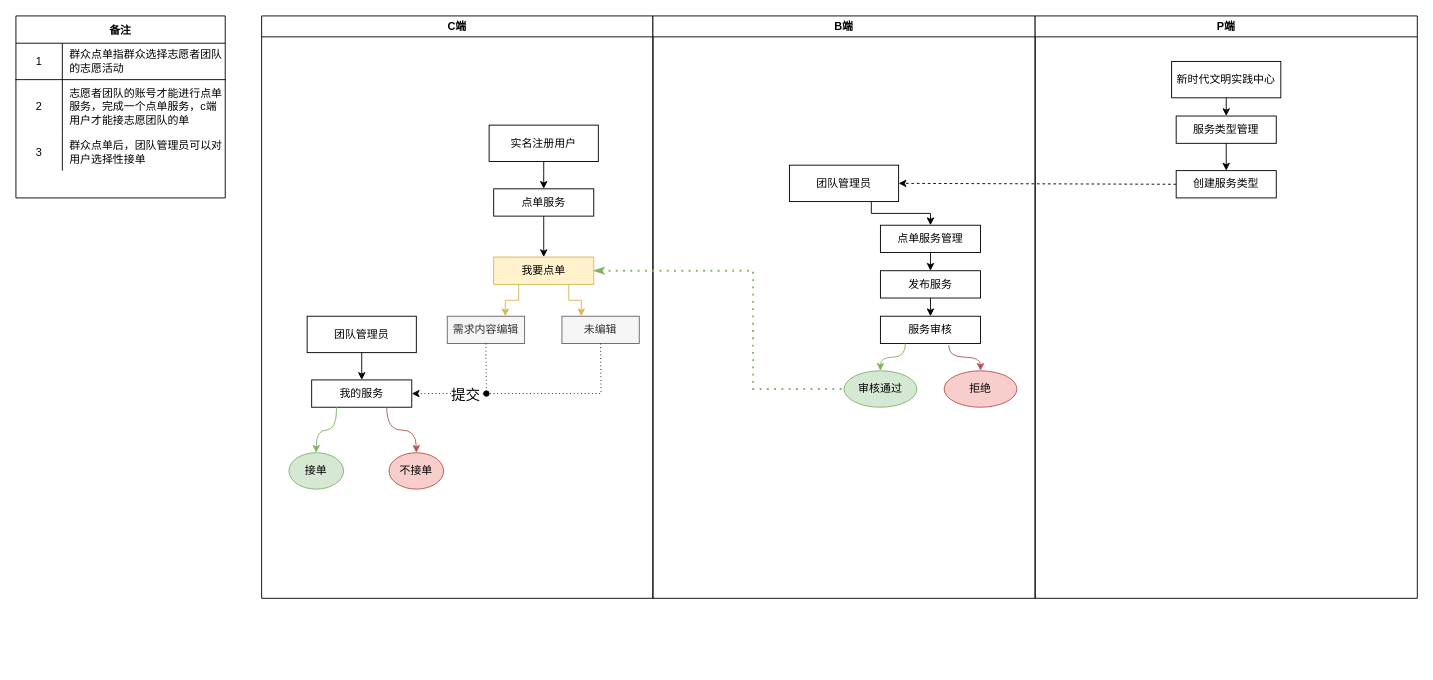
Before: 未命名绘图.drawio in KZ137onethe/hello-world, a draw.io diagram. Source tidied: cells renumbered, new cells numbered last; positions are measured from the earlier drawing's top-left corner, leaving out a move shared by most shapes. Both pictures are drawn from the tidied source at 91%, with x=0, y=0 at pixel (15, 15).
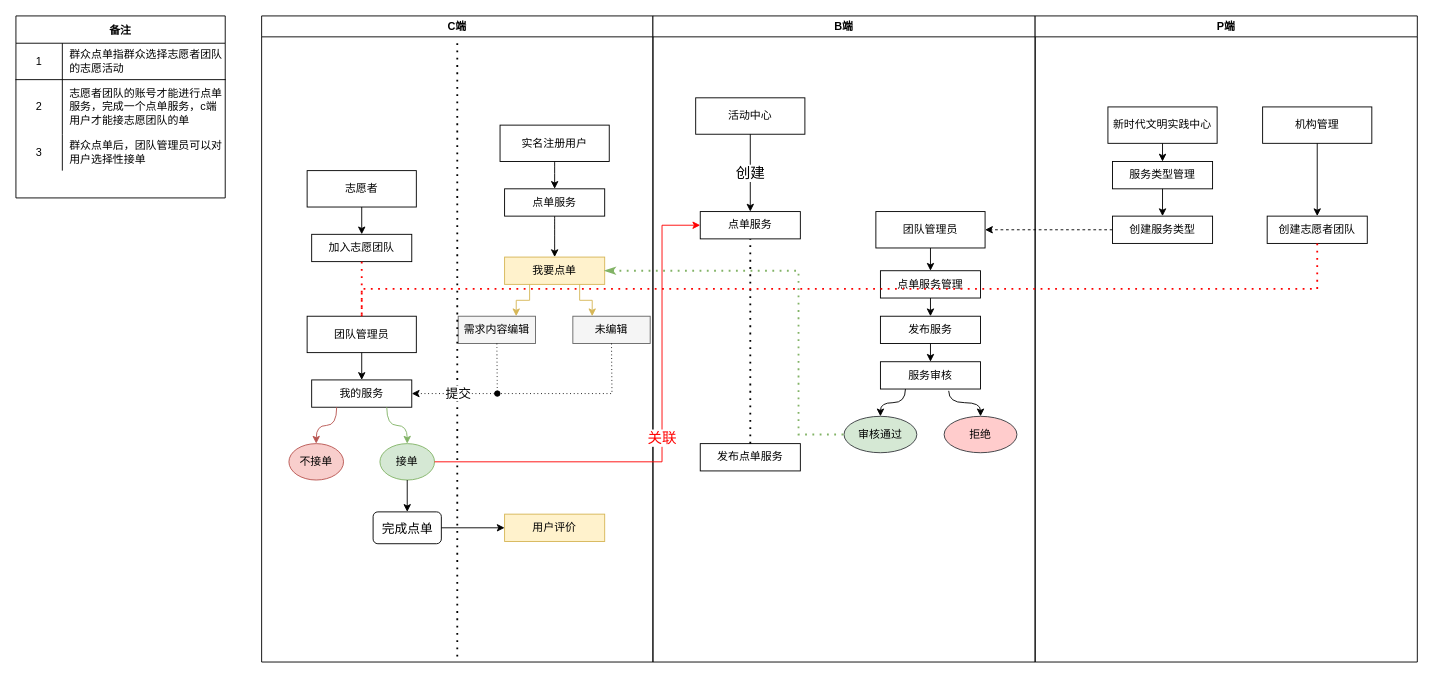
After the change.

Commit message:
未命名绘图.drawio

Unchanged cells that the change refers to:
```xml
<mxCell id="23" value="我的服务" style="rounded=0;whiteSpace=wrap;html=1;fontColor=default;strokeColor=default;fillColor=default;" parent="12" vertex="1">
  <mxGeometry x="55" y="400" width="110" height="30" as="geometry" />
</mxCell>
```

The edit, as a diff of the source:
```diff
@@
     <mxCell id="12" value="C端" style="swimlane;fontColor=default;strokeColor=default;fillColor=default;" parent="1" vertex="1">
-      <mxGeometry x="270" width="430" height="640" as="geometry" />
+      <mxGeometry x="270" width="430" height="710" as="geometry" />
     </mxCell>
     <mxCell id="13" value="我要点单" style="rounded=0;whiteSpace=wrap;html=1;strokeColor=#d6b656;fillColor=#fff2cc;fontColor=default;" parent="12" vertex="1">
-      <mxGeometry x="255" y="265" width="110" height="30" as="geometry" />
+      <mxGeometry x="267" y="265" width="110" height="30" as="geometry" />
     </mxCell>
     <mxCell id="14" value="实名注册用户" style="rounded=0;whiteSpace=wrap;html=1;fontColor=default;strokeColor=default;fillColor=default;" parent="12" vertex="1">
-      <mxGeometry x="250" y="120" width="120" height="40" as="geometry" />
+      <mxGeometry x="262" y="120" width="120" height="40" as="geometry" />
     </mxCell>
     <mxCell id="15" value="点单服务" style="rounded=0;whiteSpace=wrap;html=1;fontColor=default;strokeColor=default;fillColor=default;" parent="12" vertex="1">
-      <mxGeometry x="255" y="190" width="110" height="30" as="geometry" />
+      <mxGeometry x="267" y="190" width="110" height="30" as="geometry" />
     </mxCell>
@@
-    <mxCell id="17" value="需求内容编辑" style="rounded=0;whiteSpace=wrap;html=1;fontColor=#333333;strokeColor=#666666;fillColor=#f5f5f5;" parent="12" vertex="1">
-      <mxGeometry x="204" y="330" width="85" height="30" as="geometry" />
+    <mxCell id="17" value="需求内容编辑" style="rounded=0;whiteSpace=wrap;html=1;fontColor=default;strokeColor=#666666;fillColor=#f5f5f5;" parent="12" vertex="1">
+      <mxGeometry x="216" y="330" width="85" height="30" as="geometry" />
     </mxCell>
@@
-    <mxCell id="19" value="未编辑" style="rounded=0;whiteSpace=wrap;html=1;fontColor=#333333;strokeColor=#666666;fillColor=#f5f5f5;" parent="12" vertex="1">
-      <mxGeometry x="330" y="330" width="85" height="30" as="geometry" />
+    <mxCell id="19" value="未编辑" style="rounded=0;whiteSpace=wrap;html=1;fontColor=default;strokeColor=#666666;fillColor=#f5f5f5;" parent="12" vertex="1">
+      <mxGeometry x="342" y="330" width="85" height="30" as="geometry" />
     </mxCell>
@@
-    <mxCell id="22" value="团队管理员" style="rounded=0;whiteSpace=wrap;html=1;fontColor=default;strokeColor=default;fillColor=default;" parent="12" vertex="1">
+    <mxCell id="22" value="团队管理员" style="rounded=0;whiteSpace=wrap;html=1;fillColor=default;strokeColor=default;fontColor=default;" parent="12" vertex="1">
       <mxGeometry x="50" y="330" width="120" height="40" as="geometry" />
     </mxCell>
@@
     <mxCell id="24" style="endArrow=classic;dashed=1;html=1;dashPattern=1 3;strokeWidth=1;rounded=0;labelBackgroundColor=default;fontSize=14;fontColor=default;fillColor=default;elbow=vertical;exitX=0.5;exitY=1;exitDx=0;exitDy=0;strokeColor=default;startArrow=none;startFill=0;endFill=1;entryX=1;entryY=0.5;entryDx=0;entryDy=0;" parent="12" edge="1" source="19" target="23">
       <mxGeometry relative="1" as="geometry">
         <Array as="points">
-          <mxPoint x="373" y="415" />
+          <mxPoint x="385" y="415" />
           <mxPoint x="250" y="415" />
         </Array>
       </mxGeometry>
     </mxCell>
-    <mxCell id="25" value="&lt;font style=&quot;font-size: 16px&quot;&gt;提交&lt;/font&gt;" style="edgeLabel;html=1;align=center;verticalAlign=middle;fontSize=14;fontColor=default;" parent="24" vertex="1">
-      <mxGeometry x="0.56" y="1" relative="1" as="geometry" />
-    </mxCell>
     <mxCell id="26" value="接单" style="ellipse;whiteSpace=wrap;html=1;strokeColor=#82b366;fillColor=#d5e8d4;fontColor=default;" parent="12" vertex="1">
-      <mxGeometry x="30" y="480" width="60" height="40" as="geometry" />
+      <mxGeometry x="130" y="470" width="60" height="40" as="geometry" />
     </mxCell>
     <mxCell id="27" value="不接单" style="ellipse;whiteSpace=wrap;html=1;strokeColor=#b85450;fillColor=#f8cecc;fontColor=default;" parent="12" vertex="1">
-      <mxGeometry x="140" y="480" width="60" height="40" as="geometry" />
+      <mxGeometry x="30" y="470" width="60" height="40" as="geometry" />
     </mxCell>
@@
-    <mxCell id="29" style="endArrow=classic;html=1;rounded=0;labelBackgroundColor=default;fontSize=16;fontColor=default;strokeColor=#82b366;strokeWidth=1;fillColor=#d5e8d4;elbow=vertical;exitX=0.25;exitY=1;exitDx=0;exitDy=0;entryX=0.5;entryY=0;entryDx=0;entryDy=0;edgeStyle=orthogonalEdgeStyle;curved=1;" parent="12" edge="1" source="23" target="26">
+    <mxCell id="29" style="endArrow=classic;html=1;rounded=0;labelBackgroundColor=default;fontSize=16;fontColor=default;strokeColor=#82b366;strokeWidth=1;fillColor=#d5e8d4;elbow=vertical;entryX=0.5;entryY=0;entryDx=0;entryDy=0;edgeStyle=orthogonalEdgeStyle;curved=1;exitX=0.75;exitY=1;exitDx=0;exitDy=0;" parent="12" edge="1" source="23" target="26">
       <mxGeometry relative="1" as="geometry" />
     </mxCell>
-    <mxCell id="30" style="endArrow=classic;html=1;rounded=0;labelBackgroundColor=default;fontSize=16;fontColor=default;strokeColor=#b85450;strokeWidth=1;fillColor=#f8cecc;elbow=vertical;exitX=0.75;exitY=1;exitDx=0;exitDy=0;edgeStyle=orthogonalEdgeStyle;curved=1;" parent="12" edge="1" source="23" target="27">
+    <mxCell id="30" style="endArrow=classic;html=1;rounded=0;labelBackgroundColor=default;fontSize=16;fontColor=default;strokeColor=#b85450;strokeWidth=1;fillColor=#f8cecc;elbow=vertical;exitX=0.25;exitY=1;exitDx=0;exitDy=0;edgeStyle=orthogonalEdgeStyle;curved=1;" parent="12" edge="1" source="23" target="27">
       <mxGeometry relative="1" as="geometry" />
     </mxCell>
+    <mxCell id="52" value="&lt;font style=&quot;font-size: 14px&quot; color=&quot;#000000&quot;&gt;完成点单&lt;/font&gt;" style="rounded=1;whiteSpace=wrap;html=1;labelBackgroundColor=default;fontSize=16;fontColor=#FF0000;strokeColor=default;fillColor=default;" parent="12" vertex="1">
+      <mxGeometry x="122.5" y="545" width="75" height="35" as="geometry" />
+    </mxCell>
+    <mxCell id="53" style="endArrow=classic;html=1;rounded=0;labelBackgroundColor=default;fontSize=14;fontColor=#000000;strokeColor=#000000;strokeWidth=1;fillColor=default;elbow=vertical;exitX=0.5;exitY=1;exitDx=0;exitDy=0;entryX=0.5;entryY=0;entryDx=0;entryDy=0;" parent="12" edge="1" source="26" target="52">
+      <mxGeometry relative="1" as="geometry" />
+    </mxCell>
+    <mxCell id="54" value="用户评价" style="rounded=0;whiteSpace=wrap;html=1;strokeColor=#d6b656;fillColor=#fff2cc;fontColor=default;" parent="12" vertex="1">
+      <mxGeometry x="267" y="547.5" width="110" height="30" as="geometry" />
+    </mxCell>
+    <mxCell id="55" style="endArrow=classic;html=1;rounded=0;labelBackgroundColor=default;fontSize=14;fontColor=default;strokeColor=default;strokeWidth=1;fillColor=default;elbow=vertical;exitX=1;exitY=0.5;exitDx=0;exitDy=0;entryX=0;entryY=0.5;entryDx=0;entryDy=0;" parent="12" edge="1" source="52" target="54">
+      <mxGeometry relative="1" as="geometry" />
+    </mxCell>
+    <mxCell id="56" value="志愿者" style="rounded=0;whiteSpace=wrap;html=1;fontColor=default;strokeColor=default;fillColor=default;" parent="12" vertex="1">
+      <mxGeometry x="50" y="170" width="120" height="40" as="geometry" />
+    </mxCell>
+    <mxCell id="57" value="加入志愿团队" style="rounded=0;whiteSpace=wrap;html=1;fontColor=default;strokeColor=default;fillColor=default;" parent="12" vertex="1">
+      <mxGeometry x="55" y="240" width="110" height="30" as="geometry" />
+    </mxCell>
+    <mxCell id="58" style="endArrow=classic;html=1;rounded=0;labelBackgroundColor=default;fontSize=14;fontColor=default;strokeColor=default;strokeWidth=1;fillColor=default;elbow=vertical;exitX=0.5;exitY=1;exitDx=0;exitDy=0;entryX=0.5;entryY=0;entryDx=0;entryDy=0;" parent="12" edge="1" source="56" target="57">
+      <mxGeometry relative="1" as="geometry" />
+    </mxCell>
+    <mxCell id="59" style="endArrow=none;dashed=1;html=1;dashPattern=1 3;strokeWidth=2;rounded=0;labelBackgroundColor=default;fontSize=14;fontColor=default;fillColor=default;elbow=vertical;strokeColor=#FF0000;exitX=0.5;exitY=1;exitDx=0;exitDy=0;" parent="12" edge="1" source="57" target="22">
+      <mxGeometry relative="1" as="geometry" />
+    </mxCell>
     <mxCell id="31" value="B端" style="swimlane;fontColor=default;strokeColor=default;fillColor=default;" parent="1" vertex="1">
-      <mxGeometry x="700" width="420" height="640" as="geometry" />
+      <mxGeometry x="700" width="420" height="710" as="geometry" />
     </mxCell>
     <mxCell id="32" value="点单服务管理" style="rounded=0;whiteSpace=wrap;html=1;fontColor=default;strokeColor=default;fillColor=default;" parent="31" vertex="1">
-      <mxGeometry x="250" y="230" width="110" height="30" as="geometry" />
+      <mxGeometry x="250" y="280" width="110" height="30" as="geometry" />
     </mxCell>
-    <mxCell id="33" style="endArrow=classic;html=1;rounded=0;labelBackgroundColor=default;fontColor=default;strokeColor=default;exitX=0.75;exitY=1;exitDx=0;exitDy=0;fillColor=default;entryX=0.5;entryY=0;entryDx=0;entryDy=0;edgeStyle=orthogonalEdgeStyle;" parent="31" edge="1" source="38" target="32">
+    <mxCell id="33" style="endArrow=classic;html=1;rounded=0;labelBackgroundColor=default;fontColor=default;strokeColor=default;exitX=0.5;exitY=1;exitDx=0;exitDy=0;fillColor=default;entryX=0.5;entryY=0;entryDx=0;entryDy=0;" parent="31" edge="1" source="38" target="32">
       <mxGeometry relative="1" as="geometry" />
     </mxCell>
     <mxCell id="34" value="发布服务" style="rounded=0;whiteSpace=wrap;html=1;fontColor=default;strokeColor=default;fillColor=default;" parent="31" vertex="1">
-      <mxGeometry x="250" y="280" width="110" height="30" as="geometry" />
+      <mxGeometry x="250" y="330" width="110" height="30" as="geometry" />
     </mxCell>
@@
     <mxCell id="36" value="服务审核" style="rounded=0;whiteSpace=wrap;html=1;fontColor=default;strokeColor=default;fillColor=default;" parent="31" vertex="1">
-      <mxGeometry x="250" y="330" width="110" height="30" as="geometry" />
+      <mxGeometry x="250" y="380" width="110" height="30" as="geometry" />
     </mxCell>
@@
     <mxCell id="38" value="团队管理员" style="rounded=0;whiteSpace=wrap;html=1;fontColor=default;strokeColor=default;fillColor=default;" parent="31" vertex="1">
-      <mxGeometry x="150" y="164" width="120" height="40" as="geometry" />
+      <mxGeometry x="245" y="215" width="120" height="40" as="geometry" />
     </mxCell>
-    <mxCell id="39" value="审核通过" style="ellipse;whiteSpace=wrap;html=1;strokeColor=#82b366;fillColor=#d5e8d4;fontColor=default;" parent="31" vertex="1">
-      <mxGeometry x="210" y="390" width="80" height="40" as="geometry" />
+    <mxCell id="39" value="审核通过" style="ellipse;whiteSpace=wrap;html=1;strokeColor=#36393d;fillColor=#D5E8D4;fontColor=default;" parent="31" vertex="1">
+      <mxGeometry x="210" y="440" width="80" height="40" as="geometry" />
     </mxCell>
-    <mxCell id="40" value="拒绝" style="ellipse;whiteSpace=wrap;html=1;strokeColor=#b85450;fillColor=#f8cecc;fontColor=default;" parent="31" vertex="1">
-      <mxGeometry x="320" y="390" width="80" height="40" as="geometry" />
+    <mxCell id="40" value="拒绝" style="ellipse;whiteSpace=wrap;html=1;strokeColor=#36393d;fillColor=#ffcccc;fontColor=default;" parent="31" vertex="1">
+      <mxGeometry x="320" y="440" width="80" height="40" as="geometry" />
     </mxCell>
-    <mxCell id="41" style="endArrow=classic;html=1;rounded=0;labelBackgroundColor=default;fontColor=default;strokeColor=#82b366;fillColor=#d5e8d4;exitX=0.25;exitY=1;exitDx=0;exitDy=0;entryX=0.5;entryY=0;entryDx=0;entryDy=0;edgeStyle=orthogonalEdgeStyle;curved=1;" parent="31" edge="1" source="36" target="39">
+    <mxCell id="41" style="endArrow=classic;html=1;rounded=0;labelBackgroundColor=default;fontColor=default;strokeColor=default;fillColor=default;exitX=0.25;exitY=1;exitDx=0;exitDy=0;entryX=0.5;entryY=0;entryDx=0;entryDy=0;edgeStyle=orthogonalEdgeStyle;curved=1;" parent="31" edge="1" source="36" target="39">
       <mxGeometry relative="1" as="geometry" />
     </mxCell>
-    <mxCell id="42" style="endArrow=classic;html=1;rounded=0;labelBackgroundColor=default;fontColor=default;strokeColor=#b85450;fillColor=#f8cecc;curved=1;exitX=0.682;exitY=1.067;exitDx=0;exitDy=0;exitPerimeter=0;entryX=0.5;entryY=0;entryDx=0;entryDy=0;edgeStyle=orthogonalEdgeStyle;" parent="31" edge="1" source="36" target="40">
+    <mxCell id="42" style="endArrow=classic;html=1;rounded=0;labelBackgroundColor=default;fontColor=default;strokeColor=default;fillColor=default;curved=1;exitX=0.682;exitY=1.067;exitDx=0;exitDy=0;exitPerimeter=0;entryX=0.5;entryY=0;entryDx=0;entryDy=0;edgeStyle=orthogonalEdgeStyle;" parent="31" edge="1" source="36" target="40">
       <mxGeometry relative="1" as="geometry" />
     </mxCell>
+    <mxCell id="60" value="活动中心" style="rounded=0;whiteSpace=wrap;html=1;fontColor=default;strokeColor=default;fillColor=default;" parent="31" vertex="1">
+      <mxGeometry x="47" y="90" width="120" height="40" as="geometry" />
+    </mxCell>
+    <mxCell id="61" value="点单服务" style="rounded=0;whiteSpace=wrap;html=1;fontColor=default;strokeColor=default;fillColor=default;" parent="31" vertex="1">
+      <mxGeometry x="52" y="215" width="110" height="30" as="geometry" />
+    </mxCell>
+    <mxCell id="62" value="创建" style="endArrow=classic;html=1;rounded=0;labelBackgroundColor=default;fontSize=16;fontColor=default;strokeColor=default;strokeWidth=1;fillColor=default;elbow=vertical;exitX=0.5;exitY=1;exitDx=0;exitDy=0;entryX=0.5;entryY=0;entryDx=0;entryDy=0;" parent="31" edge="1" source="60" target="61">
+      <mxGeometry relative="1" as="geometry" />
+    </mxCell>
+    <mxCell id="63" value="发布点单服务" style="rounded=0;whiteSpace=wrap;html=1;fontColor=default;strokeColor=default;fillColor=default;" parent="31" vertex="1">
+      <mxGeometry x="52" y="470" width="110" height="30" as="geometry" />
+    </mxCell>
     <mxCell id="43" value="P端" style="swimlane;fontColor=default;strokeColor=default;fillColor=default;startSize=23;" parent="1" vertex="1">
-      <mxGeometry x="1120" width="420" height="640" as="geometry" />
+      <mxGeometry x="1120" width="420" height="710" as="geometry" />
     </mxCell>
     <mxCell id="44" value="新时代文明实践中心" style="rounded=0;whiteSpace=wrap;html=1;fontColor=default;strokeColor=default;fillColor=default;" parent="43" vertex="1">
-      <mxGeometry x="150" y="50" width="120" height="40" as="geometry" />
+      <mxGeometry x="80" y="100" width="120" height="40" as="geometry" />
     </mxCell>
     <mxCell id="45" value="服务类型管理" style="rounded=0;whiteSpace=wrap;html=1;fontColor=default;strokeColor=default;fillColor=default;" parent="43" vertex="1">
-      <mxGeometry x="155" y="110" width="110" height="30" as="geometry" />
+      <mxGeometry x="85" y="160" width="110" height="30" as="geometry" />
     </mxCell>
     <mxCell id="46" value="创建服务类型" style="rounded=0;whiteSpace=wrap;html=1;fontColor=default;strokeColor=default;fillColor=default;" parent="43" vertex="1">
-      <mxGeometry x="155" y="170" width="110" height="30" as="geometry" />
+      <mxGeometry x="85" y="220" width="110" height="30" as="geometry" />
     </mxCell>
-    <mxCell id="47" style="endArrow=classic;html=1;rounded=0;labelBackgroundColor=default;fontColor=default;strokeColor=default;exitX=0.5;exitY=1;exitDx=0;exitDy=0;entryX=0.5;entryY=0;entryDx=0;entryDy=0;" parent="43" edge="1" source="44" target="45">
+    <mxCell id="47" style="endArrow=classic;html=1;rounded=0;labelBackgroundColor=default;fontColor=default;strokeColor=default;exitX=0.5;exitY=1;exitDx=0;exitDy=0;entryX=0.5;entryY=0;entryDx=0;entryDy=0;fillColor=default;" parent="43" edge="1" source="44" target="45">
       <mxGeometry relative="1" as="geometry" />
     </mxCell>
-    <mxCell id="48" style="endArrow=classic;html=1;rounded=0;labelBackgroundColor=default;fontColor=default;strokeColor=default;exitX=0.5;exitY=1;exitDx=0;exitDy=0;entryX=0.5;entryY=0;entryDx=0;entryDy=0;" parent="43" edge="1" source="45" target="46">
+    <mxCell id="48" style="endArrow=classic;html=1;rounded=0;labelBackgroundColor=default;fontColor=default;strokeColor=default;exitX=0.5;exitY=1;exitDx=0;exitDy=0;entryX=0.5;entryY=0;entryDx=0;entryDy=0;fillColor=default;" parent="43" edge="1" source="45" target="46">
       <mxGeometry relative="1" as="geometry" />
     </mxCell>
+    <mxCell id="64" value="机构管理" style="rounded=0;whiteSpace=wrap;html=1;fontColor=default;strokeColor=default;fillColor=default;" parent="43" vertex="1">
+      <mxGeometry x="250" y="100" width="120" height="40" as="geometry" />
+    </mxCell>
+    <mxCell id="65" value="创建志愿者团队" style="rounded=0;whiteSpace=wrap;html=1;fontColor=default;strokeColor=default;fillColor=default;" parent="43" vertex="1">
+      <mxGeometry x="255" y="220" width="110" height="30" as="geometry" />
+    </mxCell>
+    <mxCell id="66" style="endArrow=classic;html=1;rounded=0;labelBackgroundColor=default;fontSize=14;fontColor=default;strokeColor=default;strokeWidth=1;fillColor=default;elbow=vertical;exitX=0.5;exitY=1;exitDx=0;exitDy=0;entryX=0.5;entryY=0;entryDx=0;entryDy=0;" parent="43" edge="1" source="64" target="65">
+      <mxGeometry relative="1" as="geometry" />
+    </mxCell>
@@
     <mxCell id="50" style="endArrow=none;dashed=1;html=1;dashPattern=1 3;strokeWidth=2;rounded=0;labelBackgroundColor=default;fontSize=14;fontColor=default;fillColor=#d5e8d4;elbow=vertical;exitX=1;exitY=0.5;exitDx=0;exitDy=0;strokeColor=#82b366;entryX=0;entryY=0.5;entryDx=0;entryDy=0;startArrow=classicThin;startFill=1;" parent="1" edge="1" source="13" target="39">
       <mxGeometry relative="1" as="geometry">
         <Array as="points">
-          <mxPoint x="810" y="280" />
-          <mxPoint x="810" y="410" />
+          <mxPoint x="860" y="280" />
+          <mxPoint x="860" y="460" />
         </Array>
       </mxGeometry>
     </mxCell>
     <mxCell id="51" style="endArrow=oval;dashed=1;html=1;dashPattern=1 3;strokeWidth=1;rounded=0;labelBackgroundColor=default;fontSize=16;fontColor=default;fillColor=default;curved=1;elbow=vertical;strokeColor=default;endFill=1;exitX=0.5;exitY=1;exitDx=0;exitDy=0;" parent="1" edge="1" source="17">
       <mxGeometry relative="1" as="geometry">
-        <mxPoint x="517" y="415" as="targetPoint" />
+        <mxPoint x="529" y="415" as="targetPoint" />
       </mxGeometry>
     </mxCell>
+    <mxCell id="67" style="endArrow=none;dashed=1;html=1;dashPattern=1 3;strokeWidth=2;rounded=0;labelBackgroundColor=default;fontSize=16;fontColor=default;fillColor=default;elbow=vertical;entryX=0.5;entryY=1;entryDx=0;entryDy=0;strokeColor=default;" parent="1" edge="1" target="61">
+      <mxGeometry relative="1" as="geometry">
+        <mxPoint x="807" y="470" as="sourcePoint" />
+      </mxGeometry>
+    </mxCell>
+    <mxCell id="68" value="&lt;font color=&quot;#ff0000&quot;&gt;关联&lt;/font&gt;" style="endArrow=classic;html=1;rounded=0;labelBackgroundColor=default;fontSize=16;fontColor=default;strokeColor=#FF0000;strokeWidth=1;fillColor=default;elbow=vertical;exitX=1;exitY=0.5;exitDx=0;exitDy=0;entryX=0;entryY=0.5;entryDx=0;entryDy=0;" parent="1" edge="1" source="26" target="61">
+      <mxGeometry relative="1" as="geometry">
+        <Array as="points">
+          <mxPoint x="710" y="490" />
+          <mxPoint x="710" y="230" />
+        </Array>
+      </mxGeometry>
+    </mxCell>
+    <mxCell id="69" style="endArrow=none;dashed=1;html=1;dashPattern=1 3;strokeWidth=2;rounded=0;labelBackgroundColor=default;fontSize=14;fontColor=default;fillColor=default;elbow=vertical;strokeColor=default;entryX=0.5;entryY=1;entryDx=0;entryDy=0;" parent="1" edge="1" target="12">
+      <mxGeometry relative="1" as="geometry">
+        <mxPoint x="485" y="30" as="sourcePoint" />
+      </mxGeometry>
+    </mxCell>
+    <mxCell id="25" value="提交" style="edgeLabel;html=1;align=center;verticalAlign=middle;fontSize=14;fontColor=default;" parent="69" vertex="1">
+      <mxGeometry x="0.13" relative="1" as="geometry" />
+    </mxCell>
+    <mxCell id="70" style="endArrow=none;dashed=1;html=1;dashPattern=1 3;strokeWidth=2;rounded=0;labelBackgroundColor=default;fontSize=14;fontColor=default;fillColor=default;elbow=vertical;exitX=0.5;exitY=1;exitDx=0;exitDy=0;strokeColor=#FF0000;" parent="1" edge="1" source="65">
+      <mxGeometry relative="1" as="geometry">
+        <mxPoint x="380" y="330" as="targetPoint" />
+        <Array as="points">
+          <mxPoint x="1430" y="300" />
+          <mxPoint x="380" y="300" />
+        </Array>
+      </mxGeometry>
+    </mxCell>
```
